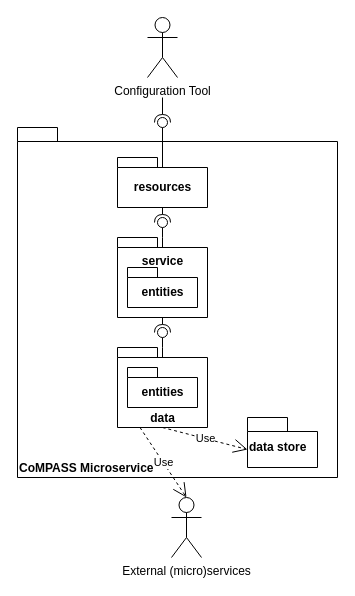
Before: page "microservice" (2 of 5) of blob-files/CoMPAS.drawio in com-pas/compas-architecture, a draw.io diagram. Source tidied: cells renumbered, new cells numbered last; positions are measured from the earlier drawing's top-left corner, leaving out a move shared by most shapes. Both pictures are drawn from the tidied source at 100%, with x=0, y=0 at pixel (17, 17).
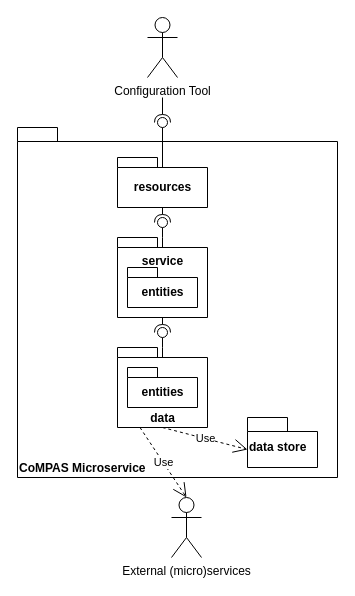
The same page after the edit.

What changed in the source:
```diff
@@
-    <mxCell id="2" value="CoMPASS Microservice" style="shape=folder;fontStyle=1;spacingTop=10;tabWidth=40;tabHeight=14;tabPosition=left;html=1;verticalAlign=bottom;align=left;" parent="1" vertex="1">
+    <mxCell id="2" value="CoMPAS Microservice" style="shape=folder;fontStyle=1;spacingTop=10;tabWidth=40;tabHeight=14;tabPosition=left;html=1;verticalAlign=bottom;align=left;" parent="1" vertex="1">
       <mxGeometry y="110" width="320" height="350" as="geometry" />
     </mxCell>
```
